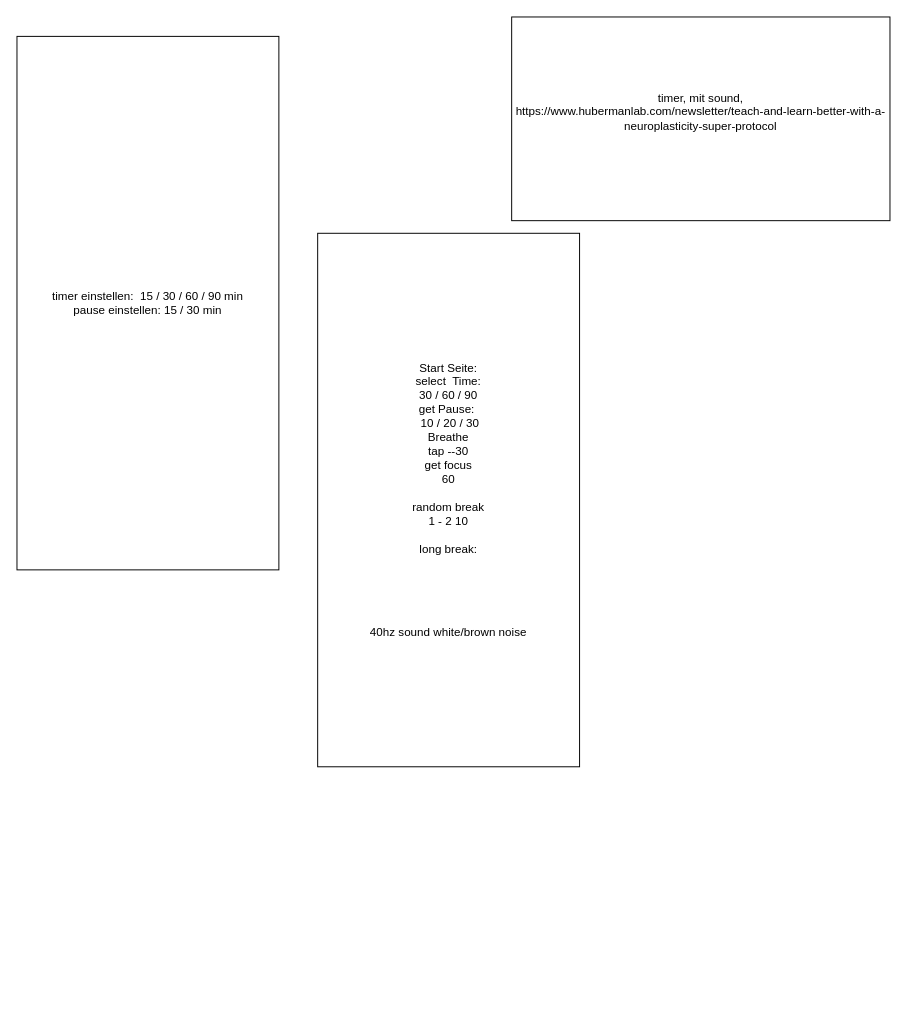
This is glt.drawio from MBundel/glt-app, a draw.io file, before an edit. Source tidied: cells renumbered, new cells numbered last; positions are measured from the earlier drawing's top-left corner, leaving out a move shared by most shapes. Both pictures are drawn from the tidied source at 97%, with x=0, y=0 at pixel (16, 16).
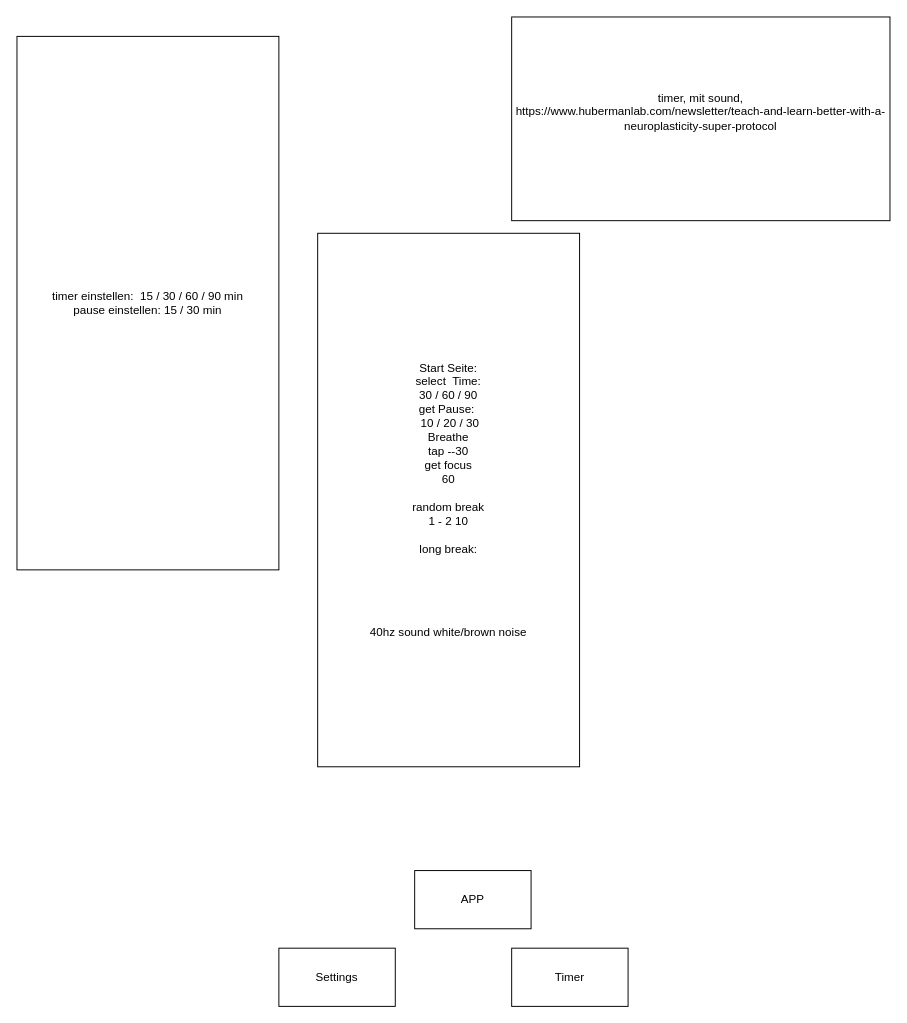
The same page after the edit.

What changed in the source:
```diff
@@
 <mxGraphModel>
   <root>
     <mxCell id="0" />
     <mxCell id="1" parent="0" />
     <mxCell id="2" value="&lt;div&gt;timer einstellen:&amp;nbsp; 15 / 30 / 60 / 90 min&lt;/div&gt;&lt;div&gt;pause einstellen: 15 / 30 min&lt;br&gt;&lt;/div&gt;" style="rounded=0;whiteSpace=wrap;html=1;" parent="1" vertex="1">
       <mxGeometry y="20" width="270" height="550" as="geometry" />
     </mxCell>
     <mxCell id="3" value="&lt;div&gt;timer, mit sound, &lt;br&gt;&lt;/div&gt;&lt;div&gt;https://www.hubermanlab.com/newsletter/teach-and-learn-better-with-a-neuroplasticity-super-protocol&lt;/div&gt;&lt;div&gt;&lt;br&gt;&lt;/div&gt;" style="rounded=0;whiteSpace=wrap;html=1;" parent="1" vertex="1">
       <mxGeometry x="510" width="390" height="210" as="geometry" />
     </mxCell>
     <mxCell id="4" value="&lt;div&gt;Start Seite:&lt;/div&gt;&lt;div&gt;select&amp;nbsp; Time:&lt;/div&gt;&lt;div&gt;30 / 60 / 90&lt;/div&gt;&lt;div&gt;get Pause:&amp;nbsp;&lt;/div&gt;&lt;div&gt;&amp;nbsp;10 / 20 / 30&lt;/div&gt;&lt;div&gt;Breathe &lt;br&gt;&lt;/div&gt;&lt;div&gt;tap --30&lt;/div&gt;&lt;div&gt;get focus&lt;/div&gt;&lt;div&gt;60 &lt;br&gt;&lt;/div&gt;&lt;div&gt;&lt;br&gt;&lt;/div&gt;&lt;div&gt;random break &lt;br&gt;&lt;/div&gt;&lt;div&gt;1 - 2 10&lt;/div&gt;&lt;div&gt;&lt;br&gt;&lt;/div&gt;&lt;div&gt;long break:&lt;/div&gt;&lt;div&gt;&lt;br&gt;&lt;/div&gt;&lt;div&gt;&lt;br&gt;&lt;/div&gt;&lt;div&gt;&lt;br&gt;&lt;/div&gt;&lt;div&gt;&lt;br&gt;&lt;/div&gt;&lt;div&gt;&lt;br&gt;&lt;/div&gt;&lt;div&gt;40hz sound white/brown noise&lt;br&gt;&lt;/div&gt;" style="rounded=0;whiteSpace=wrap;html=1;" parent="1" vertex="1">
       <mxGeometry x="310" y="223" width="270" height="550" as="geometry" />
     </mxCell>
+    <mxCell id="5" value="APP" style="rounded=0;whiteSpace=wrap;html=1;" parent="1" vertex="1">
+      <mxGeometry x="410" y="880" width="120" height="60" as="geometry" />
+    </mxCell>
+    <mxCell id="6" value="Timer" style="rounded=0;whiteSpace=wrap;html=1;" parent="1" vertex="1">
+      <mxGeometry x="510" y="960" width="120" height="60" as="geometry" />
+    </mxCell>
+    <mxCell id="7" value="Settings" style="rounded=0;whiteSpace=wrap;html=1;" parent="1" vertex="1">
+      <mxGeometry x="270" y="960" width="120" height="60" as="geometry" />
+    </mxCell>
   </root>
 </mxGraphModel>
```
